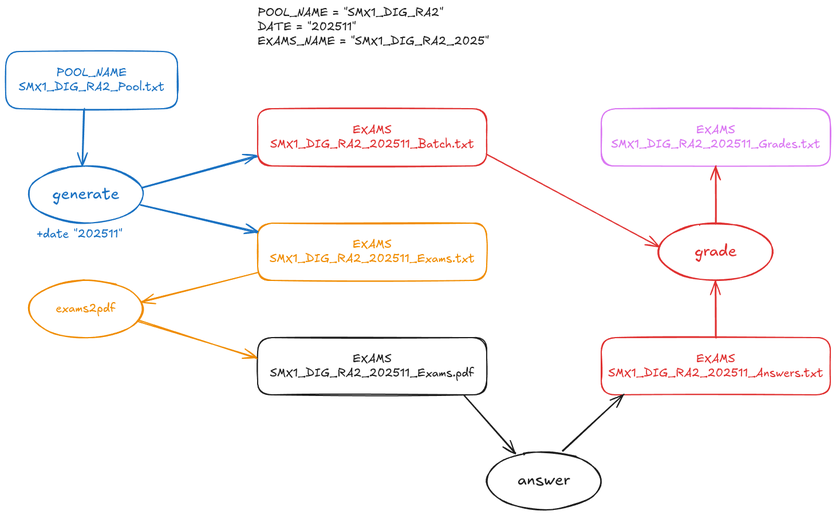
The Excalidraw diagram documents.excalidraw.png in rocher/hilbert, before a commit. Source tidied: one line per element, renumbered; positions are measured from the earlier drawing's top-left corner, leaving out a move shared by most shapes.
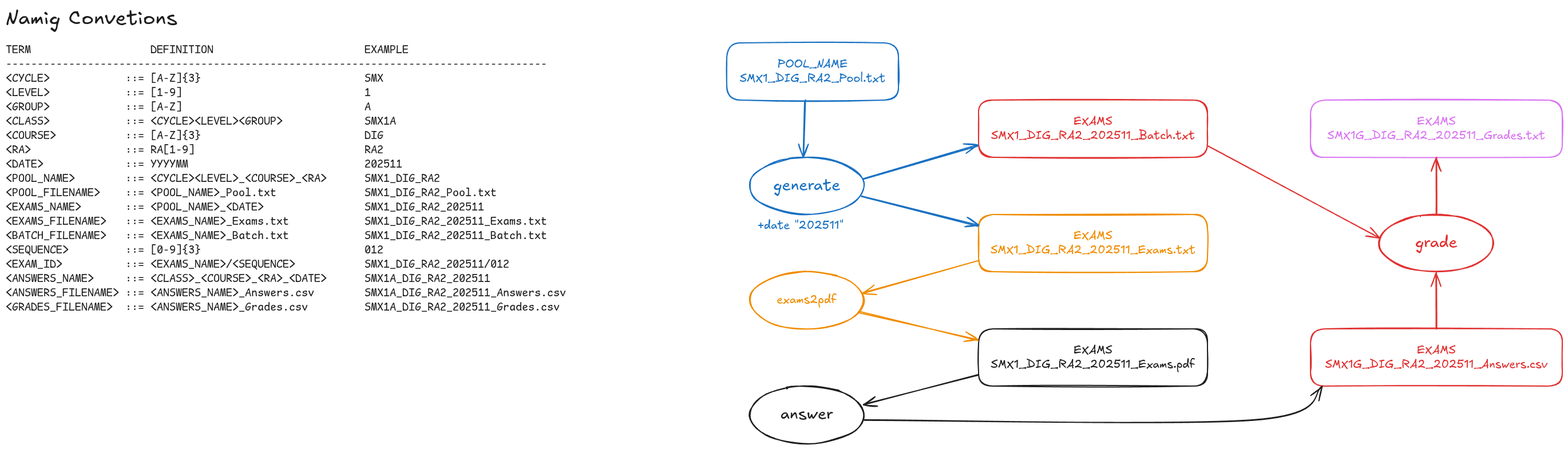
After the change.

What changed in the source:
```diff
@@ -4,29 +4,30 @@
 {"id": 3, "type": "text", "text": "EXAMS\nSMX1_DIG_RA2_202511_Exams.txt", "strokeColor": "#f08c00", "strokeWidth": 2, "roughness": 1, "fontSize": 20, "fontFamily": 5, "textAlign": "center", "verticalAlign": "middle", "inside": 2, "x": 461, "y": 405, "width": 358, "height": 50}
 {"id": 4, "type": "rectangle", "strokeColor": "#e03131", "strokeWidth": 2, "roughness": 1, "round": true, "x": 440, "y": 180, "width": 400, "height": 100}
 {"id": 5, "type": "text", "text": "EXAMS\nSMX1_DIG_RA2_202511_Batch.txt", "strokeColor": "#e03131", "strokeWidth": 2, "roughness": 1, "fontSize": 20, "fontFamily": 5, "textAlign": "center", "verticalAlign": "middle", "inside": 4, "x": 462, "y": 205, "width": 356, "height": 50}
-{"id": 6, "type": "rectangle", "strokeColor": "#e03131", "strokeWidth": 2, "roughness": 1, "round": true, "x": 1040, "y": 580, "width": 400, "height": 100}
+{"id": 6, "type": "rectangle", "strokeColor": "#e03131", "strokeWidth": 2, "roughness": 1, "round": true, "x": 1020, "y": 580, "width": 440, "height": 100}
-{"id": 7, "type": "text", "text": "EXAMS\nSMX1_DIG_RA2_202511_Answers.txt", "strokeColor": "#e03131", "strokeWidth": 2, "roughness": 1, "fontSize": 20, "fontFamily": 5, "textAlign": "center", "verticalAlign": "middle", "inside": 6, "x": 1052, "y": 605, "width": 376, "height": 50}
+{"id": 7, "type": "text", "text": "EXAMS\nSMX1G_DIG_RA2_202511_Answers.csv", "strokeColor": "#e03131", "strokeWidth": 2, "roughness": 1, "fontSize": 20, "fontFamily": 5, "textAlign": "center", "verticalAlign": "middle", "inside": 6, "x": 1046, "y": 605, "width": 389, "height": 50}
-{"id": 8, "type": "rectangle", "strokeColor": "#da77f2", "strokeWidth": 2, "roughness": 1, "round": true, "x": 1040, "y": 180, "width": 400, "height": 100}
+{"id": 8, "type": "rectangle", "strokeColor": "#da77f2", "strokeWidth": 2, "roughness": 1, "round": true, "x": 1020, "y": 180, "width": 440, "height": 100}
-{"id": 9, "type": "text", "text": "EXAMS\nSMX1_DIG_RA2_202511_Grades.txt", "strokeColor": "#da77f2", "strokeWidth": 2, "roughness": 1, "fontSize": 20, "fontFamily": 5, "textAlign": "center", "verticalAlign": "middle", "inside": 8, "x": 1057, "y": 205, "width": 365, "height": 50}
+{"id": 9, "type": "text", "text": "EXAMS\nSMX1G_DIG_RA2_202511_Grades.txt", "strokeColor": "#da77f2", "strokeWidth": 2, "roughness": 1, "fontSize": 20, "fontFamily": 5, "textAlign": "center", "verticalAlign": "middle", "inside": 8, "x": 1050, "y": 205, "width": 381, "height": 50}
-{"id": 10, "type": "arrow", "strokeColor": "#1971c2", "strokeWidth": 2, "roughness": 1, "endArrowhead": "arrow", "round": true, "from": 15, "to": 2, "x": 235, "y": 349, "width": 205, "height": 47, "points": [[0, 0], [205, 47]]}
+{"id": 10, "type": "arrow", "strokeColor": "#1971c2", "strokeWidth": 2, "roughness": 1, "endArrowhead": "arrow", "round": true, "from": 15, "to": 2, "x": 235, "y": 349, "width": 205, "height": 51, "points": [[0, 0], [205, 51]]}
 {"id": 11, "type": "rectangle", "strokeColor": "#1e1e1e", "strokeWidth": 2, "roughness": 1, "round": true, "x": 440, "y": 580, "width": 400, "height": 100}
 {"id": 12, "type": "text", "text": "EXAMS\nSMX1_DIG_RA2_202511_Exams.pdf", "strokeColor": "#1e1e1e", "strokeWidth": 2, "roughness": 1, "fontSize": 20, "fontFamily": 5, "textAlign": "center", "verticalAlign": "middle", "inside": 11, "x": 462, "y": 605, "width": 357, "height": 50}
-{"id": 13, "type": "arrow", "strokeColor": "#f08c00", "strokeWidth": 2, "roughness": 1, "endArrowhead": "arrow", "round": true, "from": 19, "to": 11, "x": 233, "y": 550, "width": 206, "height": 66, "points": [[0, 0], [206, 66]]}
+{"id": 13, "type": "arrow", "strokeColor": "#f08c00", "strokeWidth": 2, "roughness": 1, "endArrowhead": "arrow", "round": true, "from": 19, "to": 11, "x": 233, "y": 550, "width": 207, "height": 50, "points": [[0, 0], [207, 50]]}
-{"id": 14, "type": "arrow", "strokeColor": "#1971c2", "strokeWidth": 2, "roughness": 1, "endArrowhead": "arrow", "round": true, "from": 15, "to": 4, "x": 239, "y": 318, "width": 201, "height": 54, "points": [[0, 0], [201, -54]]}
+{"id": 14, "type": "arrow", "strokeColor": "#1971c2", "strokeWidth": 2, "roughness": 1, "endArrowhead": "arrow", "round": true, "from": 15, "to": 4, "x": 239, "y": 318, "width": 201, "height": 58, "points": [[0, 0], [201, -58]]}
 {"id": 15, "type": "ellipse", "strokeColor": "#1971c2", "strokeWidth": 2, "roughness": 1, "round": true, "x": 40, "y": 280, "width": 200, "height": 100}
 {"id": 16, "type": "text", "text": "generate", "strokeColor": "#1971c2", "strokeWidth": 2, "roughness": 1, "fontSize": 28, "fontFamily": 5, "textAlign": "center", "verticalAlign": "middle", "inside": 15, "x": 81, "y": 313, "width": 117, "height": 35}
 {"id": 17, "type": "ellipse", "strokeColor": "#e03131", "strokeWidth": 2, "roughness": 1, "round": true, "x": 1140, "y": 380, "width": 200, "height": 100}
 {"id": 18, "type": "text", "text": "grade", "strokeColor": "#e03131", "strokeWidth": 2, "roughness": 1, "fontSize": 28, "fontFamily": 5, "textAlign": "center", "verticalAlign": "middle", "inside": 17, "x": 1203, "y": 413, "width": 74, "height": 35}
 {"id": 19, "type": "ellipse", "strokeColor": "#f08c00", "strokeWidth": 2, "roughness": 1, "round": true, "x": 40, "y": 480, "width": 200, "height": 100}
 {"id": 20, "type": "text", "text": "exams2pdf", "strokeColor": "#f08c00", "strokeWidth": 2, "roughness": 1, "fontSize": 20, "fontFamily": 5, "textAlign": "center", "verticalAlign": "middle", "inside": 19, "x": 87, "y": 518, "width": 105, "height": 25}
-{"id": 21, "type": "ellipse", "strokeColor": "#1e1e1e", "strokeWidth": 2, "roughness": 1, "round": true, "x": 840, "y": 780, "width": 200, "height": 100}
+{"id": 21, "type": "ellipse", "strokeColor": "#1e1e1e", "strokeWidth": 2, "roughness": 1, "round": true, "x": 40, "y": 680, "width": 200, "height": 100}
-{"id": 22, "type": "text", "text": "answer", "strokeColor": "#1e1e1e", "strokeWidth": 2, "roughness": 1, "fontSize": 28, "fontFamily": 5, "textAlign": "center", "verticalAlign": "middle", "inside": 21, "x": 894, "y": 813, "width": 92, "height": 35}
+{"id": 22, "type": "text", "text": "answer", "strokeColor": "#1e1e1e", "strokeWidth": 2, "roughness": 1, "fontSize": 28, "fontFamily": 5, "textAlign": "center", "verticalAlign": "middle", "inside": 21, "x": 94, "y": 713, "width": 92, "height": 35}
 {"id": 23, "type": "arrow", "strokeColor": "#1971c2", "strokeWidth": 2, "roughness": 1, "endArrowhead": "arrow", "round": true, "from": 0, "to": 15, "x": 138, "y": 180, "width": 4, "height": 99, "points": [[0, 0], [-4, 99]]}
-{"id": 24, "type": "arrow", "strokeColor": "#f08c00", "strokeWidth": 2, "roughness": 1, "endArrowhead": "arrow", "round": true, "from": 2, "to": 19, "x": 440, "y": 466, "width": 202, "height": 51, "points": [[0, 0], [-202, 51]]}
+{"id": 24, "type": "arrow", "strokeColor": "#f08c00", "strokeWidth": 2, "roughness": 1, "endArrowhead": "arrow", "round": true, "from": 2, "to": 19, "x": 440, "y": 460, "width": 202, "height": 56, "points": [[0, 0], [-202, 56]]}
-{"id": 25, "type": "arrow", "strokeColor": "#1e1e1e", "strokeWidth": 2, "roughness": 1, "endArrowhead": "arrow", "round": true, "from": 11, "to": 21, "x": 800, "y": 680, "width": 90, "height": 103, "points": [[0, 0], [90, 103]]}
+{"id": 25, "type": "arrow", "strokeColor": "#1e1e1e", "strokeWidth": 2, "roughness": 1, "endArrowhead": "arrow", "round": true, "from": 11, "to": 21, "x": 440, "y": 660, "width": 202, "height": 52, "points": [[0, 0], [-202, 52]]}
-{"id": 26, "type": "arrow", "strokeColor": "#1e1e1e", "strokeWidth": 2, "roughness": 1, "endArrowhead": "arrow", "round": true, "from": 21, "to": 6, "x": 972, "y": 779, "width": 108, "height": 99, "points": [[0, 0], [108, -99]]}
+{"id": 26, "type": "arrow", "strokeColor": "#1e1e1e", "strokeWidth": 2, "roughness": 1, "endArrowhead": "arrow", "round": true, "from": 21, "to": 6, "x": 240, "y": 740, "width": 800, "height": 60, "points": [[0, 0], [680, 0], [800, -60]]}
-{"id": 27, "type": "arrow", "strokeColor": "#e03131", "strokeWidth": 2, "roughness": 1, "endArrowhead": "arrow", "round": true, "from": 6, "to": 17, "x": 1240, "y": 580, "width": 0, "height": 100, "points": [[0, 0], [0, -100]]}
+{"id": 27, "type": "arrow", "strokeColor": "#e03131", "strokeWidth": 2, "roughness": 1, "endArrowhead": "arrow", "round": true, "from": 6, "to": 17, "x": 1240, "y": 580, "width": 0, "height": 99, "points": [[0, 0], [0, -99]]}
 {"id": 28, "type": "arrow", "strokeColor": "#e03131", "strokeWidth": 2, "roughness": 1, "endArrowhead": "arrow", "round": true, "from": 4, "to": 17, "x": 840, "y": 260, "width": 300, "height": 160, "points": [[0, 0], [300, 160]]}
-{"id": 29, "type": "arrow", "strokeColor": "#e03131", "strokeWidth": 2, "roughness": 1, "endArrowhead": "arrow", "round": true, "from": 17, "to": 8, "x": 1240, "y": 380, "width": 0, "height": 100, "points": [[0, 0], [0, -100]]}
+{"id": 29, "type": "arrow", "strokeColor": "#e03131", "strokeWidth": 2, "roughness": 1, "endArrowhead": "arrow", "round": true, "from": 17, "to": 8, "x": 1240, "y": 379, "width": 0, "height": 99, "points": [[0, 0], [0, -99]]}
 {"id": 30, "type": "text", "text": "+date \"202511\"", "strokeColor": "#1971c2", "strokeWidth": 2, "roughness": 1, "fontSize": 20, "fontFamily": 5, "textAlign": "center", "x": 54, "y": 387, "width": 150, "height": 25}
-{"id": 31, "type": "text", "text": "POOL_NAME = \"SMX1_DIG_RA2\"\nDATE = \"202511\"\nEXAMS_NAME = \"SMX1_DIG_RA2_2025\"", "strokeColor": "#1e1e1e", "strokeWidth": 2, "roughness": 1, "fontSize": 20, "fontFamily": 5, "x": 440, "y": 0, "width": 404, "height": 75}
+{"id": 31, "type": "text", "text": "TERM                   DEFINITION                        EXAMPLE\n--------------------------------------------------------------------------------------\n<CYCLE>            ::= [A-Z]{3}                          SMX\n<LEVEL>            ::= [1-9]                             1\n<GROUP>            ::= [A-Z]                             A\n<CLASS>            ::= <CYCLE><LEVEL><GROUP>             SMX1A\n<COURSE>           ::= [A-Z]{3}                          DIG\n<RA>               ::= RA[1-9]                           RA2\n<DATE>             ::= YYYYMM                            202511\n<POOL_NAME>        ::= <CYCLE><LEVEL>_<COURSE>_<RA>      SMX1_DIG_RA2\n<POOL_FILENAME>    ::= <POOL_NAME>_Pool.txt              SMX1_DIG_RA2_Pool.txt\n<EXAMS_NAME>       ::= <POOL_NAME>_<DATE>                SMX1_DIG_RA2_202511\n<EXAMS_FILENAME>   ::= <EXAMS_NAME>_Exams.txt            SMX1_DIG_RA2_202511_Exams.txt\n<BATCH_FILENAME>   ::= <EXAMS_NAME>_Batch.txt            SMX1_DIG_RA2_202511_Batch.txt\n<SEQUENCE>         ::= [0-9]{3}                          012\n<EXAM_ID>          ::= <EXAMS_NAME>/<SEQUENCE>           SMX1_DIG_RA2_202511/012\n<ANSWERS_NAME>     ::= <CLASS>_<COURSE>_<RA>_<DATE>      SMX1A_DIG_RA2_202511\n<ANSWERS_FILENAME> ::= <ANSWERS_NAME>_Answers.csv        SMX1A_DIG_RA2_202511_Answers.csv\n<GRADES_FILENAME>  ::= <ANSWERS_NAME>_Grades.csv         SMX1A_DIG_RA2_202511_Grades.csv", "strokeColor": "#1e1e1e", "strokeWidth": 2, "roughness": 1, "fontSize": 20, "fontFamily": 8, "x": -1260, "y": 80, "width": 979, "height": 475}
+{"id": 32, "type": "text", "text": "Namig Convetions", "strokeColor": "#1e1e1e", "strokeWidth": 2, "roughness": 1, "fontSize": 36, "fontFamily": 5, "x": -1260, "y": 15, "width": 300, "height": 45}
```
